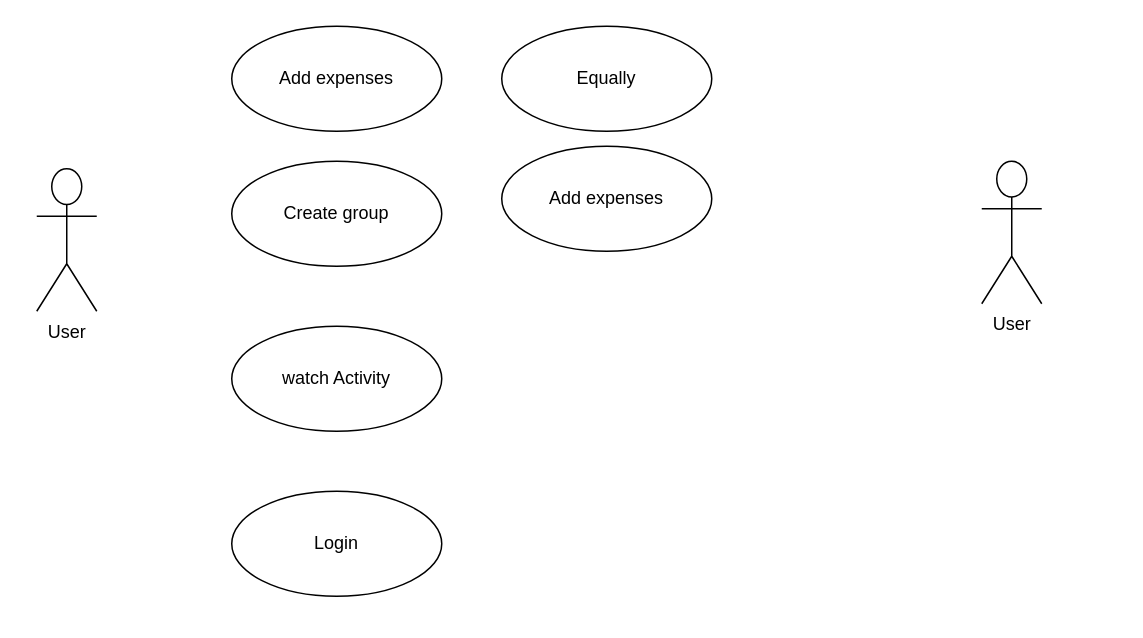
This is SplitwiseUsecase.drawio from vikassrathi/design-pattern, a draw.io file, before an edit. Source tidied: cells renumbered, new cells numbered last; positions are measured from the earlier drawing's top-left corner, leaving out a move shared by most shapes. Both pictures are drawn from the tidied source at 150%, with x=0, y=0 at pixel (36, 26).
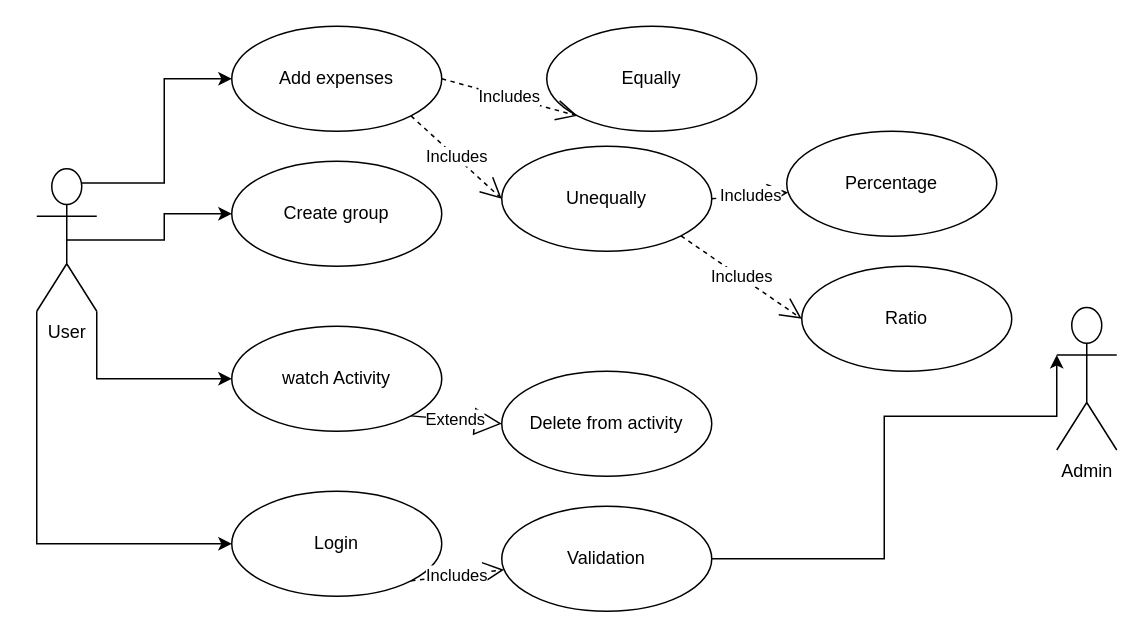
The same diagram, later.

The change refers to these unchanged cells:
```xml
<mxCell id="2" value="Create group" style="ellipse;whiteSpace=wrap;html=1;" parent="1" vertex="1">
  <mxGeometry x="130" y="90" width="140" height="70" as="geometry" />
</mxCell>
<mxCell id="3" value="User" style="shape=umlActor;verticalLabelPosition=bottom;verticalAlign=top;html=1;" parent="1" vertex="1">
  <mxGeometry y="95" width="40" height="95" as="geometry" />
</mxCell>
<mxCell id="4" value="watch Activity" style="ellipse;whiteSpace=wrap;html=1;" parent="1" vertex="1">
  <mxGeometry x="130" y="200" width="140" height="70" as="geometry" />
</mxCell>
<mxCell id="5" value="Login" style="ellipse;whiteSpace=wrap;html=1;" parent="1" vertex="1">
  <mxGeometry x="130" y="310" width="140" height="70" as="geometry" />
</mxCell>
<mxCell id="6" value="Add expenses" style="ellipse;whiteSpace=wrap;html=1;" parent="1" vertex="1">
  <mxGeometry x="130" width="140" height="70" as="geometry" />
</mxCell>
```

Diff of the diagram source:
```diff
@@
+    <mxCell id="10" style="edgeStyle=orthogonalEdgeStyle;rounded=0;jettySize=auto;html=1;exitX=0.5;exitY=0.5;exitDx=0;exitDy=0;exitPerimeter=0;entryX=0;entryY=0.5;entryDx=0;entryDy=0;" parent="1" edge="1" source="3" target="2">
+      <mxGeometry relative="1" as="geometry" />
+    </mxCell>
+    <mxCell id="11" style="edgeStyle=orthogonalEdgeStyle;rounded=0;jettySize=auto;html=1;exitX=1;exitY=1;exitDx=0;exitDy=0;exitPerimeter=0;entryX=0;entryY=0.5;entryDx=0;entryDy=0;" parent="1" edge="1" source="3" target="4">
+      <mxGeometry relative="1" as="geometry" />
+    </mxCell>
+    <mxCell id="12" style="edgeStyle=orthogonalEdgeStyle;rounded=0;jettySize=auto;html=1;exitX=0.75;exitY=0.1;exitDx=0;exitDy=0;exitPerimeter=0;entryX=0;entryY=0.5;entryDx=0;entryDy=0;" parent="1" edge="1" source="3" target="6">
+      <mxGeometry relative="1" as="geometry" />
+    </mxCell>
+    <mxCell id="13" style="edgeStyle=orthogonalEdgeStyle;rounded=0;jettySize=auto;html=1;exitX=0;exitY=1;exitDx=0;exitDy=0;exitPerimeter=0;entryX=0;entryY=0.5;entryDx=0;entryDy=0;" parent="1" edge="1" source="3" target="5">
+      <mxGeometry relative="1" as="geometry" />
+    </mxCell>
@@
-    <mxCell id="7" value="User" style="shape=umlActor;verticalLabelPosition=bottom;verticalAlign=top;html=1;" parent="1" vertex="1">
-      <mxGeometry x="630" y="90" width="40" height="95" as="geometry" />
+    <mxCell id="7" value="Admin" style="shape=umlActor;verticalLabelPosition=bottom;verticalAlign=top;html=1;" parent="1" vertex="1">
+      <mxGeometry x="680" y="187.5" width="40" height="95" as="geometry" />
     </mxCell>
     <mxCell id="8" value="Equally" style="ellipse;whiteSpace=wrap;html=1;" parent="1" vertex="1">
-      <mxGeometry x="310" width="140" height="70" as="geometry" />
+      <mxGeometry x="340" width="140" height="70" as="geometry" />
     </mxCell>
-    <mxCell id="9" value="Add expenses" style="ellipse;whiteSpace=wrap;html=1;" parent="1" vertex="1">
+    <mxCell id="9" value="Unequally" style="ellipse;whiteSpace=wrap;html=1;" parent="1" vertex="1">
       <mxGeometry x="310" y="80" width="140" height="70" as="geometry" />
     </mxCell>
+    <mxCell id="14" value="Percentage" style="ellipse;whiteSpace=wrap;html=1;" parent="1" vertex="1">
+      <mxGeometry x="500" y="70" width="140" height="70" as="geometry" />
+    </mxCell>
+    <mxCell id="15" value="Ratio" style="ellipse;whiteSpace=wrap;html=1;" parent="1" vertex="1">
+      <mxGeometry x="510" y="160" width="140" height="70" as="geometry" />
+    </mxCell>
+    <mxCell id="16" value="Delete from activity" style="ellipse;whiteSpace=wrap;html=1;" parent="1" vertex="1">
+      <mxGeometry x="310" y="230" width="140" height="70" as="geometry" />
+    </mxCell>
+    <mxCell id="17" value="Validation" style="ellipse;whiteSpace=wrap;html=1;" parent="1" vertex="1">
+      <mxGeometry x="310" y="320" width="140" height="70" as="geometry" />
+    </mxCell>
+    <mxCell id="18" value="Includes" style="endArrow=open;endSize=12;dashed=1;html=1;rounded=0;exitX=1;exitY=0.5;exitDx=0;exitDy=0;entryX=0;entryY=1;entryDx=0;entryDy=0;" parent="1" edge="1" source="6" target="8">
+      <mxGeometry relative="1" as="geometry" />
+    </mxCell>
+    <mxCell id="19" value="Includes" style="endArrow=open;endSize=12;dashed=1;html=1;rounded=0;exitX=1;exitY=1;exitDx=0;exitDy=0;entryX=0;entryY=0.5;entryDx=0;entryDy=0;" parent="1" edge="1" source="6" target="9">
+      <mxGeometry relative="1" as="geometry" />
+    </mxCell>
+    <mxCell id="20" value="Includes" style="endArrow=open;endSize=12;dashed=1;html=1;rounded=0;exitX=1;exitY=1;exitDx=0;exitDy=0;" parent="1" edge="1" target="14">
+      <mxGeometry relative="1" as="geometry">
+        <mxPoint x="450" y="115" as="sourcePoint" />
+      </mxGeometry>
+    </mxCell>
+    <mxCell id="21" value="Includes" style="endArrow=open;endSize=12;dashed=1;html=1;rounded=0;entryX=0;entryY=0.5;entryDx=0;entryDy=0;exitX=1;exitY=1;exitDx=0;exitDy=0;" parent="1" edge="1" source="9" target="15">
+      <mxGeometry relative="1" as="geometry" />
+    </mxCell>
+    <mxCell id="22" value="Extends" style="endArrow=block;endSize=16;endFill=0;html=1;rounded=0;entryX=0;entryY=0.5;entryDx=0;entryDy=0;exitX=1;exitY=1;exitDx=0;exitDy=0;" parent="1" edge="1" source="4" target="16">
+      <mxGeometry relative="1" as="geometry" />
+    </mxCell>
+    <mxCell id="23" value="Includes" style="endArrow=open;endSize=12;dashed=1;html=1;rounded=0;exitX=1;exitY=1;exitDx=0;exitDy=0;" parent="1" edge="1" source="5" target="17">
+      <mxGeometry relative="1" as="geometry" />
+    </mxCell>
+    <mxCell id="24" style="edgeStyle=orthogonalEdgeStyle;rounded=0;jettySize=auto;html=1;exitX=1;exitY=0.5;exitDx=0;exitDy=0;entryX=0;entryY=0.3333333333333333;entryDx=0;entryDy=0;entryPerimeter=0;" parent="1" edge="1" source="17" target="7">
+      <mxGeometry relative="1" as="geometry">
+        <Array as="points">
+          <mxPoint x="565" y="355" />
+          <mxPoint x="565" y="260" />
+          <mxPoint x="680" y="260" />
+        </Array>
+      </mxGeometry>
+    </mxCell>
```
